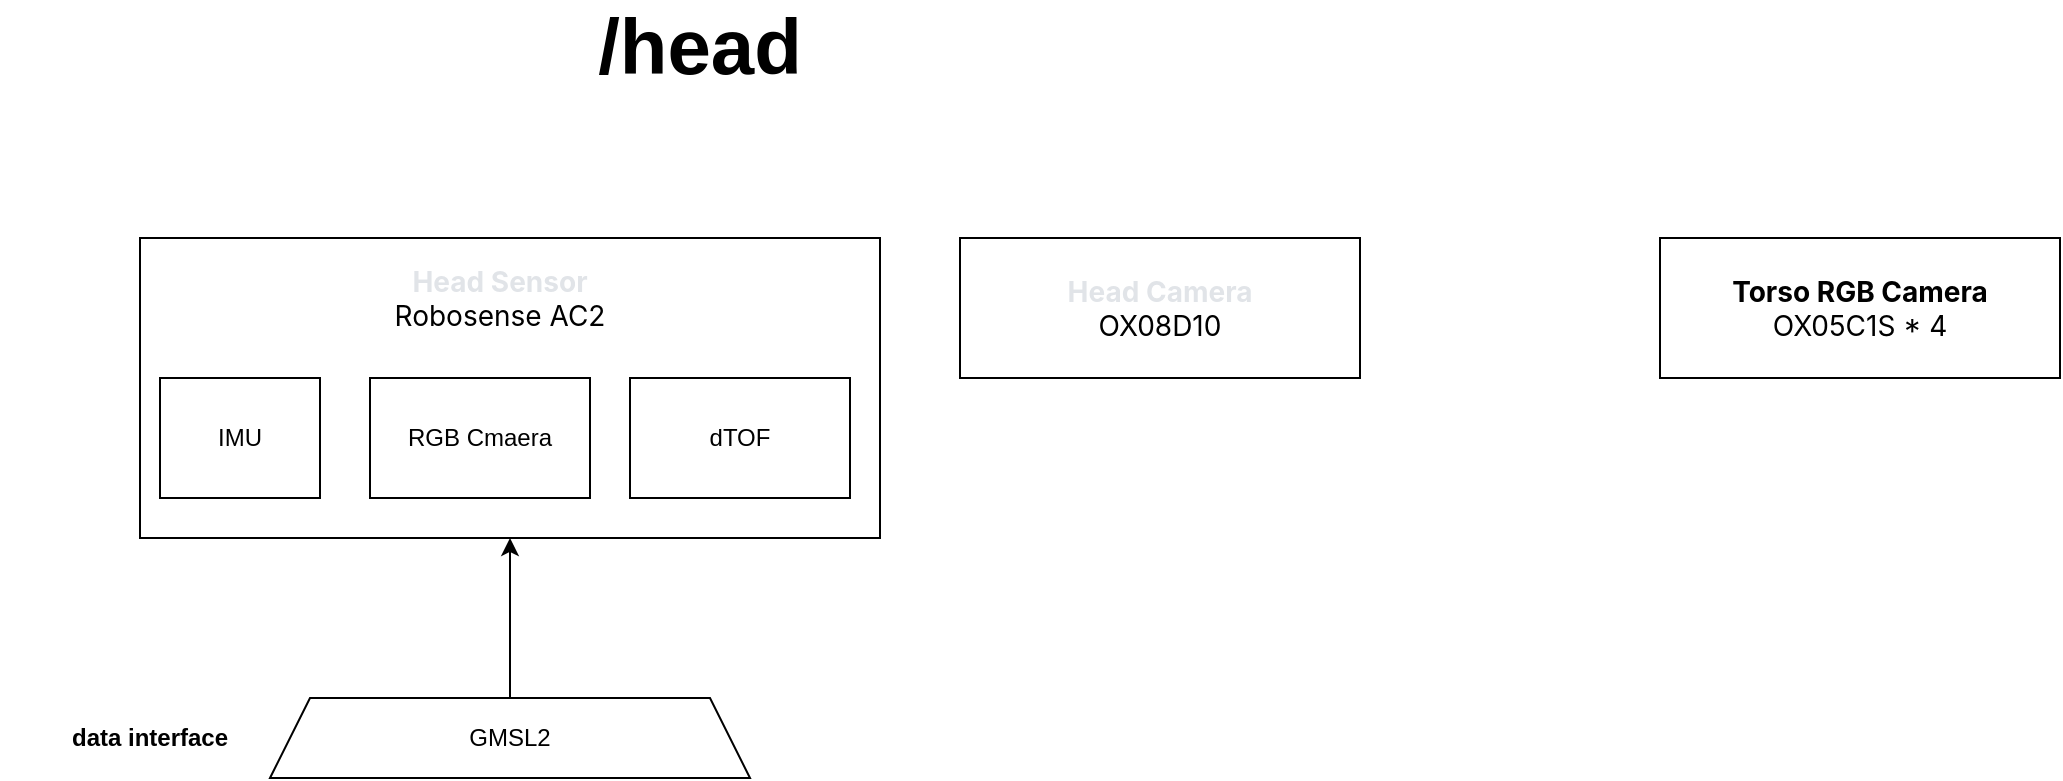
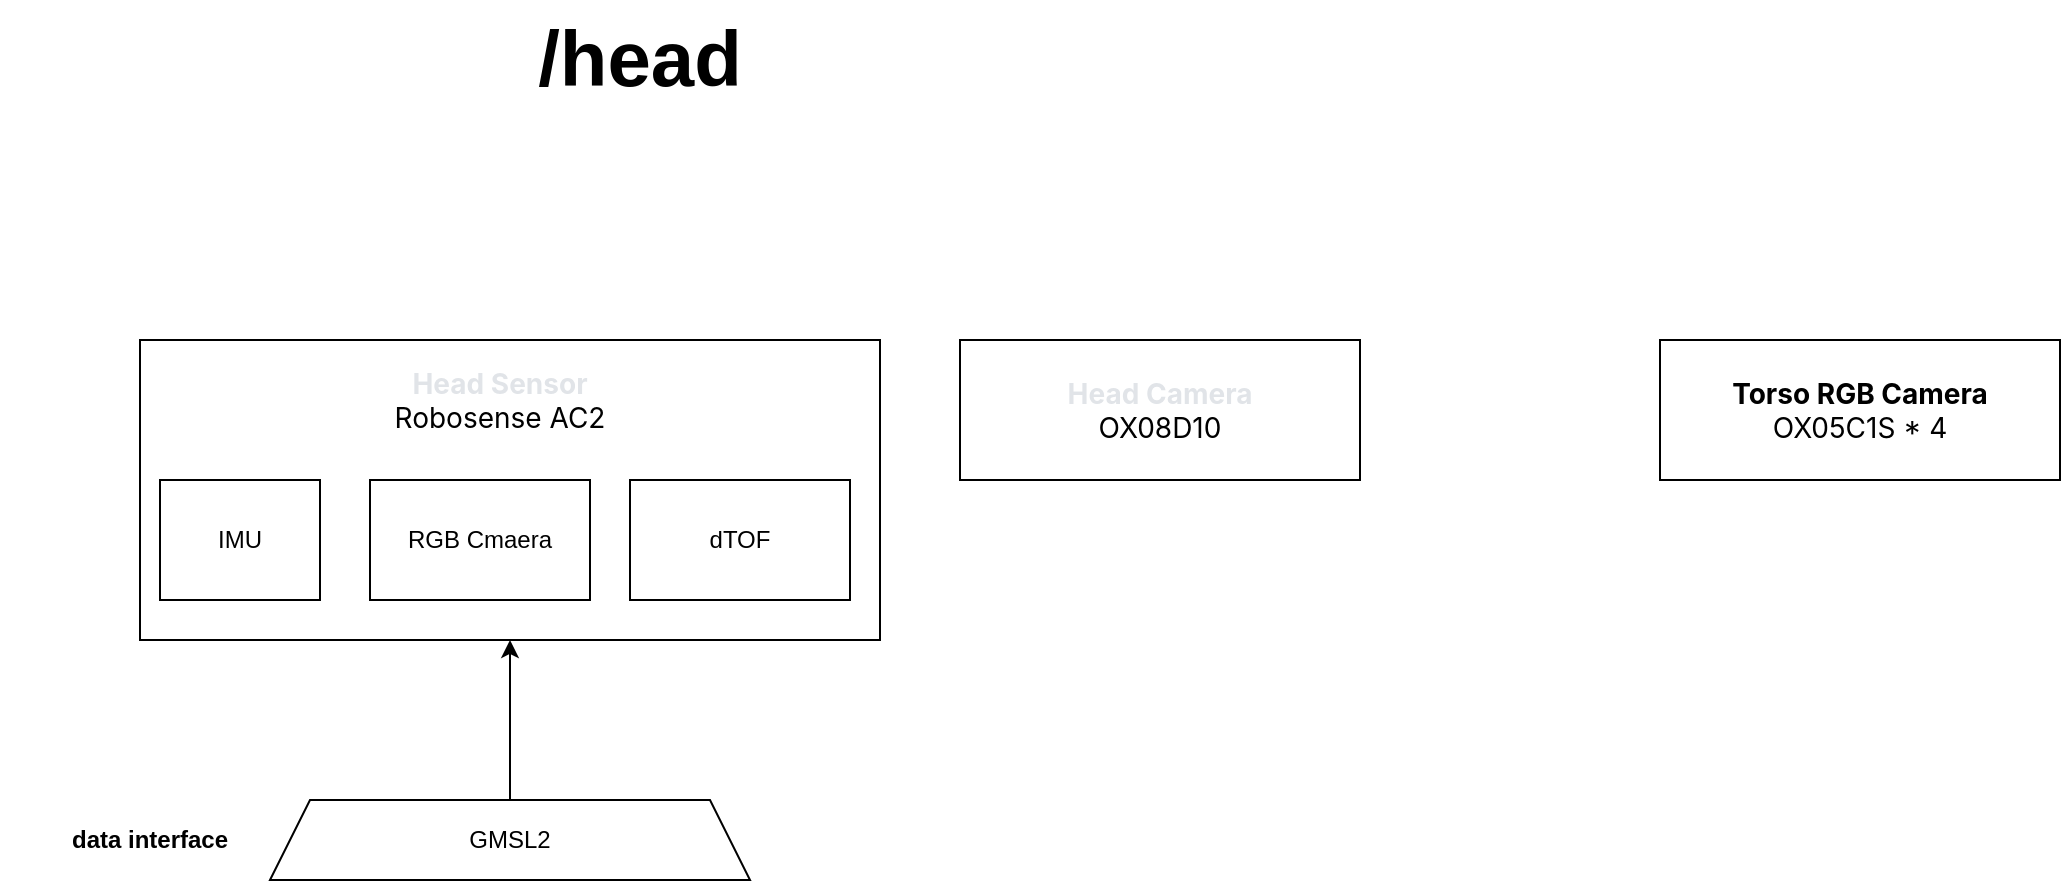
<mxfile host="app.diagrams.net">
  <diagram name="传感器整理" id="LXRXHt9DRMbfsnbOX2XS">
    <mxGraphModel dx="1947" dy="734" grid="1" gridSize="10" guides="1" tooltips="1" connect="1" arrows="1" fold="1" page="1" pageScale="1" pageWidth="827" pageHeight="1169" math="0" shadow="0">
      <root>
        <mxCell id="0" />
        <mxCell id="1" parent="0" />
        <mxCell id="if_Ictj8y_H9tt94Ulmm-2" parent="1" style="rounded=0;whiteSpace=wrap;html=1;" value="" vertex="1">
          <mxGeometry height="150" width="370" x="-610" y="210" as="geometry" />
        </mxCell>
        <mxCell id="if_Ictj8y_H9tt94Ulmm-3" parent="1" style="rounded=0;whiteSpace=wrap;html=1;align=center;" value="&lt;div style=&quot;&quot;&gt;&lt;span style=&quot;font-family: -apple-system, BlinkMacSystemFont, &amp;quot;Segoe WPC&amp;quot;, &amp;quot;Segoe UI&amp;quot;, system-ui, Ubuntu, &amp;quot;Droid Sans&amp;quot;, sans-serif; font-size: 14px;&quot;&gt;&lt;b&gt;Torso RGB Camera&lt;/b&gt;&lt;/span&gt;&lt;span style=&quot;background-color: transparent; color: light-dark(rgb(0, 0, 0), rgb(255, 255, 255)); font-size: 14px;&quot;&gt;&lt;font face=&quot;-apple-system, BlinkMacSystemFont, Segoe WPC, Segoe UI, system-ui, Ubuntu, Droid Sans, sans-serif&quot;&gt;&lt;/font&gt;&lt;/span&gt;&lt;/div&gt;&lt;div style=&quot;&quot;&gt;&lt;span style=&quot;background-color: transparent; color: light-dark(rgb(0, 0, 0), rgb(255, 255, 255)); font-size: 14px;&quot;&gt;&lt;font face=&quot;-apple-system, BlinkMacSystemFont, Segoe WPC, Segoe UI, system-ui, Ubuntu, Droid Sans, sans-serif&quot;&gt;OX05C1S * 4&lt;/font&gt;&lt;/span&gt;&lt;/div&gt;" vertex="1">
          <mxGeometry height="70" width="200" x="150" y="210" as="geometry" />
        </mxCell>
        <mxCell id="0J0jtPP8bCpQZUBdG7A1-1" parent="1" style="rounded=0;whiteSpace=wrap;html=1;" value="&lt;div&gt;&lt;span style=&quot;font-family: -apple-system, BlinkMacSystemFont, &amp;quot;Segoe WPC&amp;quot;, &amp;quot;Segoe UI&amp;quot;, system-ui, Ubuntu, &amp;quot;Droid Sans&amp;quot;, sans-serif; font-size: 14px; text-align: start;&quot;&gt;&lt;font style=&quot;color: light-dark(rgb(225, 228, 232), rgb(255, 255, 255));&quot;&gt;&lt;b&gt;Head Camera&lt;/b&gt;&lt;/font&gt;&lt;/span&gt;&lt;/div&gt;&lt;div&gt;&lt;span style=&quot;font-family: -apple-system, BlinkMacSystemFont, &amp;quot;Segoe WPC&amp;quot;, &amp;quot;Segoe UI&amp;quot;, system-ui, Ubuntu, &amp;quot;Droid Sans&amp;quot;, sans-serif; font-size: 14px; text-align: start;&quot;&gt;OX08D10&lt;/span&gt;&lt;/div&gt;" vertex="1">
          <mxGeometry height="70" width="200" x="-200" y="210" as="geometry" />
        </mxCell>
        <mxCell id="0J0jtPP8bCpQZUBdG7A1-2" parent="1" style="rounded=0;whiteSpace=wrap;html=1;" value="IMU" vertex="1">
          <mxGeometry height="60" width="80" x="-600" y="280" as="geometry" />
        </mxCell>
        <mxCell id="0J0jtPP8bCpQZUBdG7A1-6" parent="1" style="rounded=0;whiteSpace=wrap;html=1;" value="RGB Cmaera" vertex="1">
          <mxGeometry height="60" width="110" x="-495" y="280" as="geometry" />
        </mxCell>
        <mxCell id="0J0jtPP8bCpQZUBdG7A1-8" parent="1" style="rounded=0;whiteSpace=wrap;html=1;" value="dTOF" vertex="1">
          <mxGeometry height="60" width="110" x="-365" y="280" as="geometry" />
        </mxCell>
        <mxCell id="0J0jtPP8bCpQZUBdG7A1-10" parent="1" style="text;html=1;whiteSpace=wrap;strokeColor=none;fillColor=none;align=center;verticalAlign=middle;rounded=0;" value="&lt;div&gt;&lt;span style=&quot;font-family: -apple-system, BlinkMacSystemFont, &amp;quot;Segoe WPC&amp;quot;, &amp;quot;Segoe UI&amp;quot;, system-ui, Ubuntu, &amp;quot;Droid Sans&amp;quot;, sans-serif; font-size: 14px; text-align: start;&quot;&gt;&lt;font style=&quot;color: light-dark(rgb(225, 228, 232), rgb(255, 255, 255));&quot;&gt;&lt;b&gt;Head Sensor&lt;/b&gt;&lt;/font&gt;&lt;/span&gt;&lt;/div&gt;&lt;div&gt;&lt;span style=&quot;font-family: -apple-system, BlinkMacSystemFont, &amp;quot;Segoe WPC&amp;quot;, &amp;quot;Segoe UI&amp;quot;, system-ui, Ubuntu, &amp;quot;Droid Sans&amp;quot;, sans-serif; font-size: 14px; text-align: start;&quot;&gt;Robosense AC2&lt;/span&gt;&lt;/div&gt;" vertex="1">
          <mxGeometry height="60" width="130" x="-495" y="210" as="geometry" />
        </mxCell>
        <mxCell id="0J0jtPP8bCpQZUBdG7A1-12" edge="1" parent="1" source="0J0jtPP8bCpQZUBdG7A1-11" style="edgeStyle=orthogonalEdgeStyle;rounded=0;orthogonalLoop=1;jettySize=auto;html=1;exitX=0.5;exitY=0;exitDx=0;exitDy=0;entryX=0.5;entryY=1;entryDx=0;entryDy=0;" target="if_Ictj8y_H9tt94Ulmm-2">
          <mxGeometry relative="1" as="geometry" />
        </mxCell>
        <mxCell id="0J0jtPP8bCpQZUBdG7A1-11" parent="1" style="shape=trapezoid;perimeter=trapezoidPerimeter;whiteSpace=wrap;html=1;fixedSize=1;" value="GMSL2" vertex="1">
          <mxGeometry height="40" width="240" x="-545" y="440" as="geometry" />
        </mxCell>
        <mxCell id="0J0jtPP8bCpQZUBdG7A1-13" parent="1" style="text;html=1;whiteSpace=wrap;strokeColor=none;fillColor=none;align=center;verticalAlign=middle;rounded=0;" value="&lt;b&gt;data interface&lt;/b&gt;" vertex="1">
          <mxGeometry height="40" width="150" x="-680" y="440" as="geometry" />
        </mxCell>
        <mxCell id="0J0jtPP8bCpQZUBdG7A1-14" parent="1" style="text;html=1;whiteSpace=wrap;strokeColor=none;fillColor=none;align=center;verticalAlign=middle;rounded=0;fontSize=39;" value="&lt;b&gt;/head&lt;/b&gt;" vertex="1">
-           <mxGeometry height="30" width="60" x="-360" y="100" as="geometry" />
+           <mxGeometry height="60" width="220" x="-470" y="40" as="geometry" />
        </mxCell>
      </root>
    </mxGraphModel>
  </diagram>
</mxfile>
